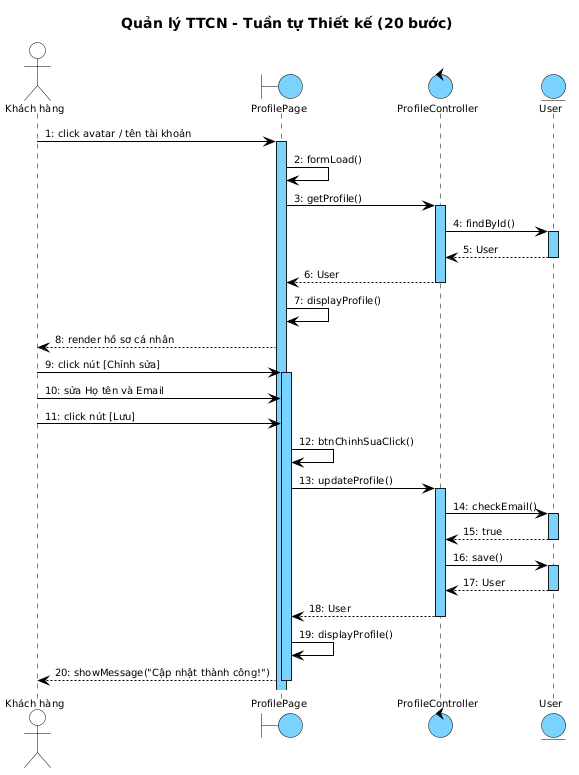
Before: output/diagrams/account_seq_profile_design.png, a diagram exported from PlantUML (thanhtrnnn/cnpm).
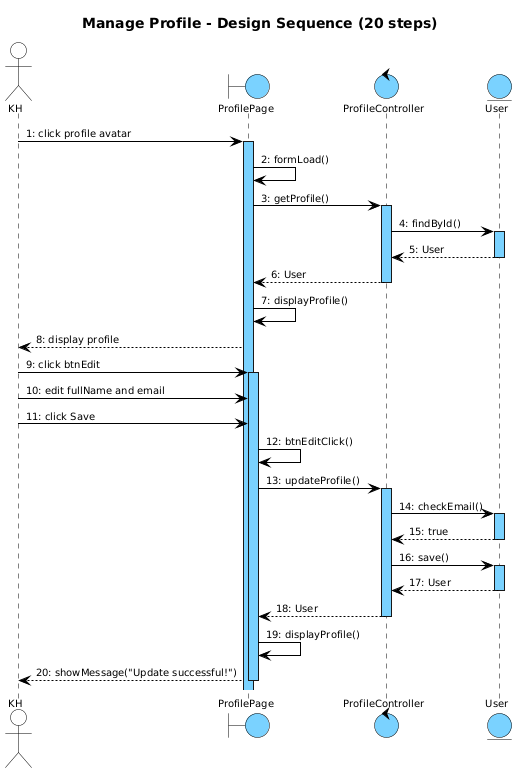
The same diagram one commit later.

The edit, as a diff of the source:
```diff
@@ -1,10 +1,8 @@
 @startuml
 skinparam shadowing false
 skinparam SequenceMessageAlign left
-
 skinparam SequenceLifeLineBackgroundColor #7AD2FF
 skinparam SequenceLifeLineBorderColor #000000
-
 <style>
 sequenceDiagram {
   Shadowing 0
@@ -12,13 +10,11 @@
   FontName "Arial"
   FontSize 10
   FontColor #000000
-
   participant {
     BackgroundColor #7AD2FF
     LineColor #000000
     LineThickness 1
   }
-
   actor {
     BackgroundColor transparent
     LineColor #000000
@@ -35,12 +31,10 @@
     BackgroundColor #7AD2FF
     LineColor #000000
   }
-
   lifeline {
     LineColor #000000
     LineStyle 5-5
   }
-
   arrow {
     LineColor #000000
     LineThickness 1
@@ -48,14 +42,14 @@
   }
 }
 </style>
-title Quản lý TTCN - Tuần tự Thiết kế (20 bước)
+title Manage Profile - Design Sequence (20 steps)
 
-actor "Khách hàng" as KH
+actor "KH" as KH
 boundary ProfilePage as B1
 control ProfileController as C1
 entity User as E1
 
-KH -> B1 : 1: click avatar / tên tài khoản
+KH -> B1 : 1: click profile avatar
 activate B1
 B1 -> B1 : 2: formLoad()
 B1 -> C1 : 3: getProfile()
@@ -67,12 +61,12 @@
 C1 --> B1 : 6: User
 deactivate C1
 B1 -> B1 : 7: displayProfile()
-B1 --> KH : 8: render hồ sơ cá nhân
-KH -> B1 : 9: click nút [Chỉnh sửa]
+B1 --> KH : 8: display profile
+KH -> B1 : 9: click btnEdit
 activate B1
-KH -> B1 : 10: sửa Họ tên và Email
-KH -> B1 : 11: click nút [Lưu]
-B1 -> B1 : 12: btnChinhSuaClick()
+KH -> B1 : 10: edit fullName and email
+KH -> B1 : 11: click Save
+B1 -> B1 : 12: btnEditClick()
 B1 -> C1 : 13: updateProfile()
 activate C1
 C1 -> E1 : 14: checkEmail()
@@ -86,6 +80,6 @@
 C1 --> B1 : 18: User
 deactivate C1
 B1 -> B1 : 19: displayProfile()
-B1 --> KH : 20: showMessage("Cập nhật thành công!")
+B1 --> KH : 20: showMessage("Update successful!")
 deactivate B1
 @enduml
```
